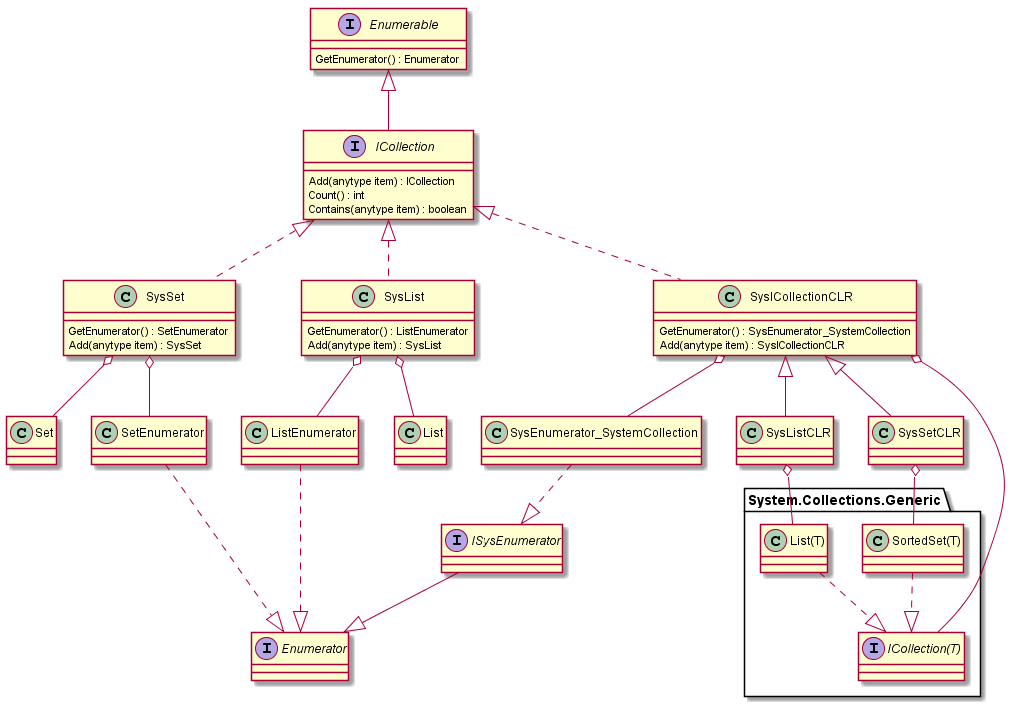
Before: out/schema/ICollection.png, a diagram exported from PlantUML (d-tolstov/Ax2009-ICollection).
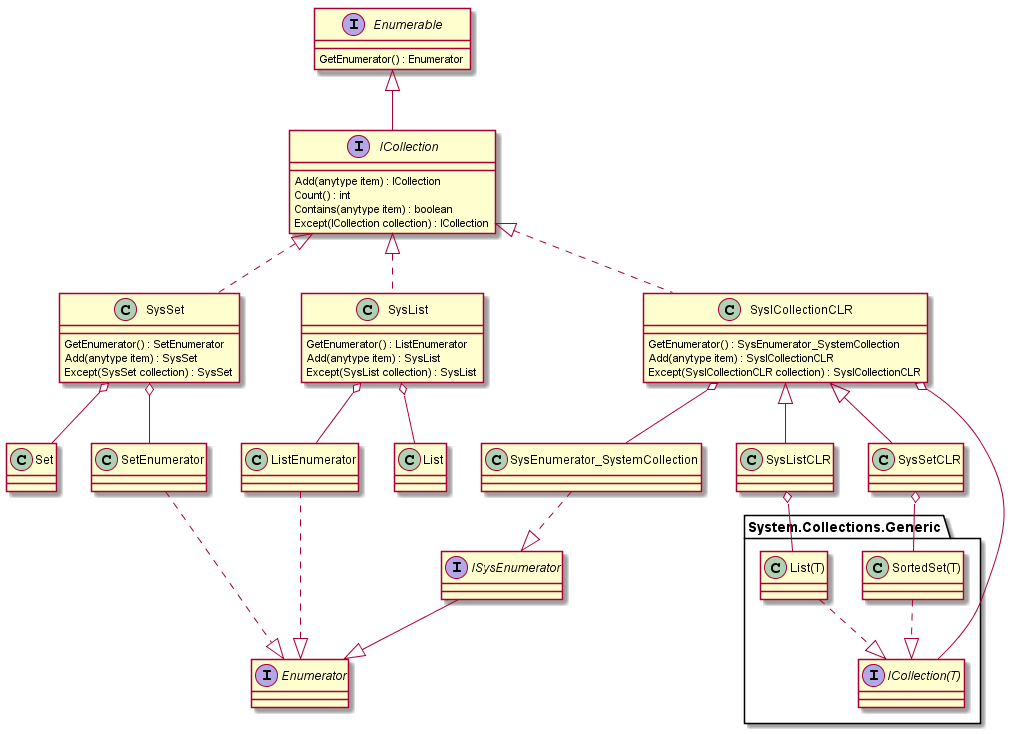
The same diagram one commit later.

Commit message:
Add Remove,Except. Add UnitTests.

The edit, as a diff of the source:
```diff
@@ -8,12 +8,14 @@
     Add(anytype item) : ICollection
     Count() : int
     Contains(anytype item) : boolean
+    Except(ICollection collection) : ICollection
 }
 Enumerable <|-- ICollection
 
 class SysSet{
     GetEnumerator() : SetEnumerator
     Add(anytype item) : SysSet
+    Except(SysSet collection) : SysSet
 }
 ICollection <|.. SysSet
 
@@ -28,6 +30,7 @@
 class SysList{
     GetEnumerator() : ListEnumerator
     Add(anytype item) : SysList
+    Except(SysList collection) : SysList
 }
 ICollection <|.. SysList
 
@@ -47,6 +50,7 @@
 class SysICollectionCLR{
     GetEnumerator() : SysEnumerator_SystemCollection
     Add(anytype item) : SysICollectionCLR
+    Except(SysICollectionCLR collection) : SysICollectionCLR
 }
 ICollection <|.. SysICollectionCLR
 
```
